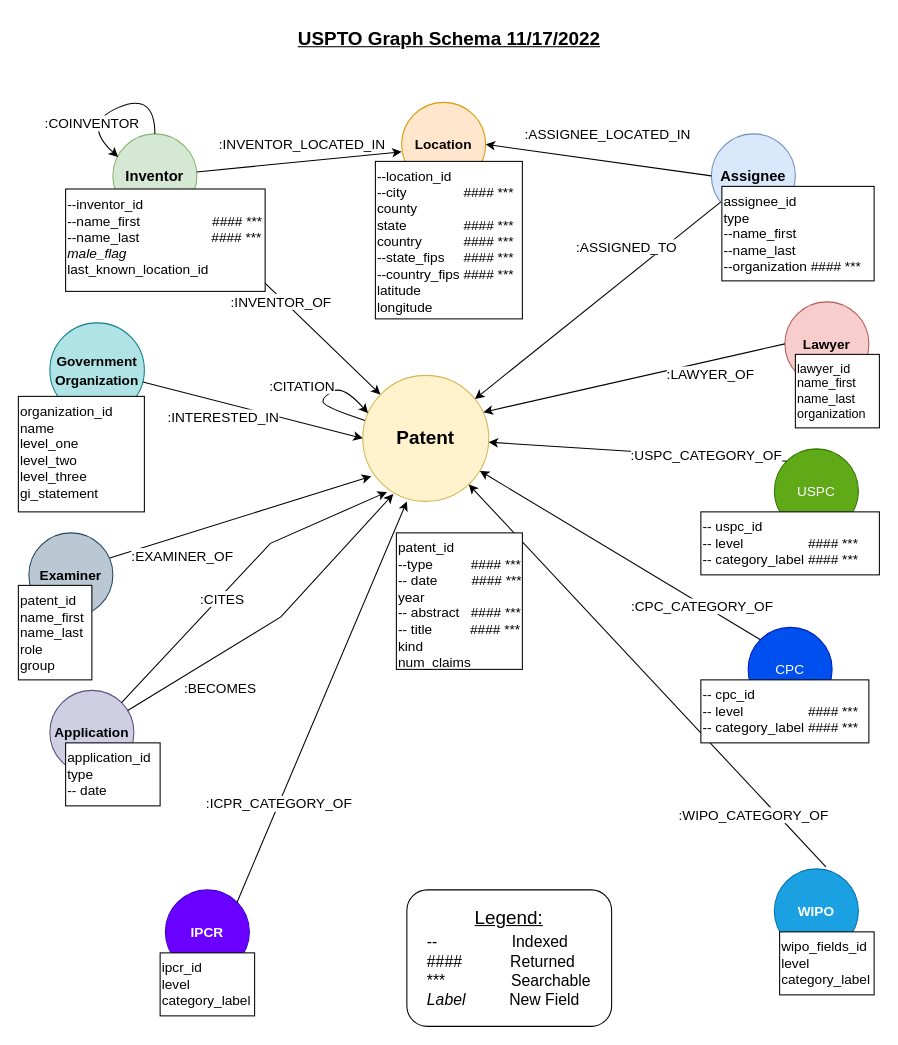
Above: uspto20220630/new_uspto_diagram.drawio in iuni-cadre/DataPipelineAndProvenanceForCADRE (draw.io), before the change. Source tidied: cells renumbered, new cells numbered last; positions are measured from the earlier drawing's top-left corner, leaving out a move shared by most shapes. Both pictures are drawn from the tidied source at 105%, with x=0, y=0 at pixel (18, 18).
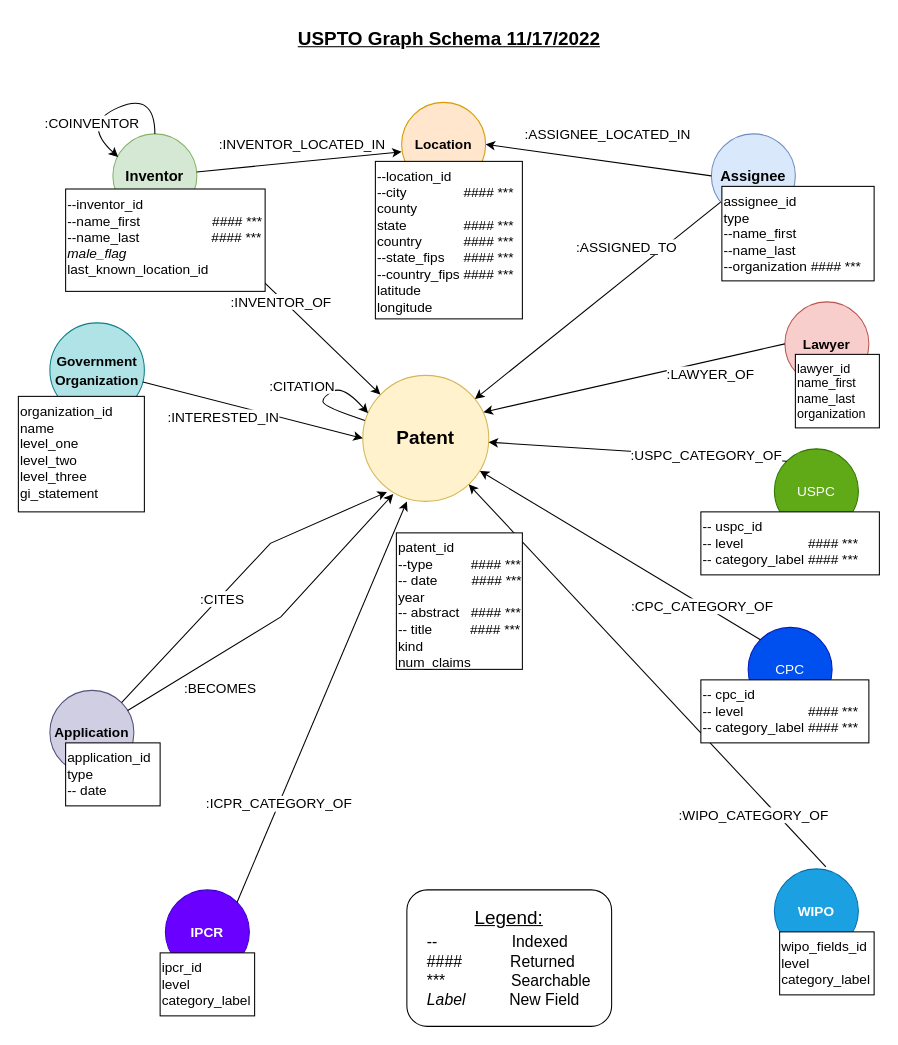
Above is the later version.

Commit message (it also covers changes not shown here):
update uspto schema

Unchanged cells that the change refers to:
```xml
<mxCell id="5" value="&lt;b&gt;Patent&lt;/b&gt;" style="ellipse;whiteSpace=wrap;html=1;fontSize=18;fillColor=#fff2cc;strokeColor=#d6b656;" parent="1" vertex="1">
  <mxGeometry x="328" y="340" width="120" height="120" as="geometry" />
</mxCell>
```

The edit, as a diff of the source:
```diff
@@
-    <mxCell id="27" value="Examiner" style="ellipse;whiteSpace=wrap;html=1;fontSize=13;fillColor=#bac8d3;strokeColor=#23445d;fontStyle=1;" parent="1" vertex="1">
-      <mxGeometry x="10" y="490" width="80" height="80" as="geometry" />
-    </mxCell>
-    <mxCell id="28" style="endArrow=classic;html=1;rounded=0;fontSize=13;exitX=0.963;exitY=0.3;exitDx=0;exitDy=0;exitPerimeter=0;entryX=0.067;entryY=0.8;entryDx=0;entryDy=0;entryPerimeter=0;" parent="1" edge="1" source="27" target="5">
-      <mxGeometry relative="1" as="geometry" />
-    </mxCell>
-    <mxCell id="29" value=":EXAMINER_OF" style="edgeLabel;html=1;align=center;verticalAlign=middle;fontSize=13;" parent="28" vertex="1">
-      <mxGeometry x="0.1" relative="1" as="geometry">
-        <mxPoint x="-69" y="41" as="offset" />
-      </mxGeometry>
-    </mxCell>
-    <mxCell id="30" value="patent_id&lt;br&gt;name_first&lt;br&gt;name_last&lt;br&gt;role&lt;br&gt;group" style="rounded=0;whiteSpace=wrap;html=1;fontSize=13;align=left;verticalAlign=top;" parent="1" vertex="1">
-      <mxGeometry y="540" width="70" height="90" as="geometry" />
-    </mxCell>
```
